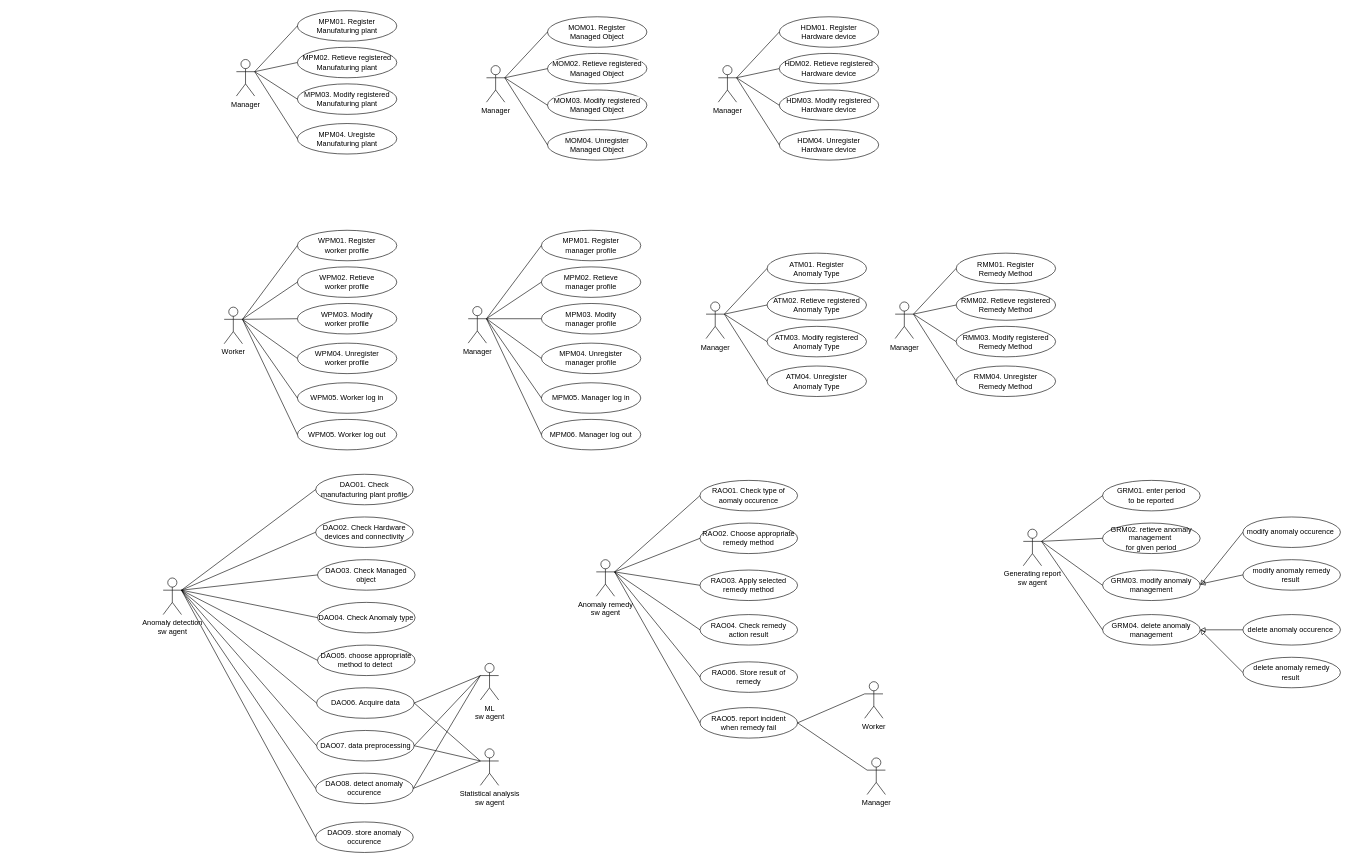
Earlier version of the draw.io diagram aa보고서_usecase_diagram.drawio (ShineSoYoung/TEST). Source tidied: cells renumbered, new cells numbered last; positions are measured from the earlier drawing's top-left corner, leaving out a move shared by most shapes. Both pictures are drawn from the tidied source at 61%, with x=0, y=0 at pixel (163, 10).
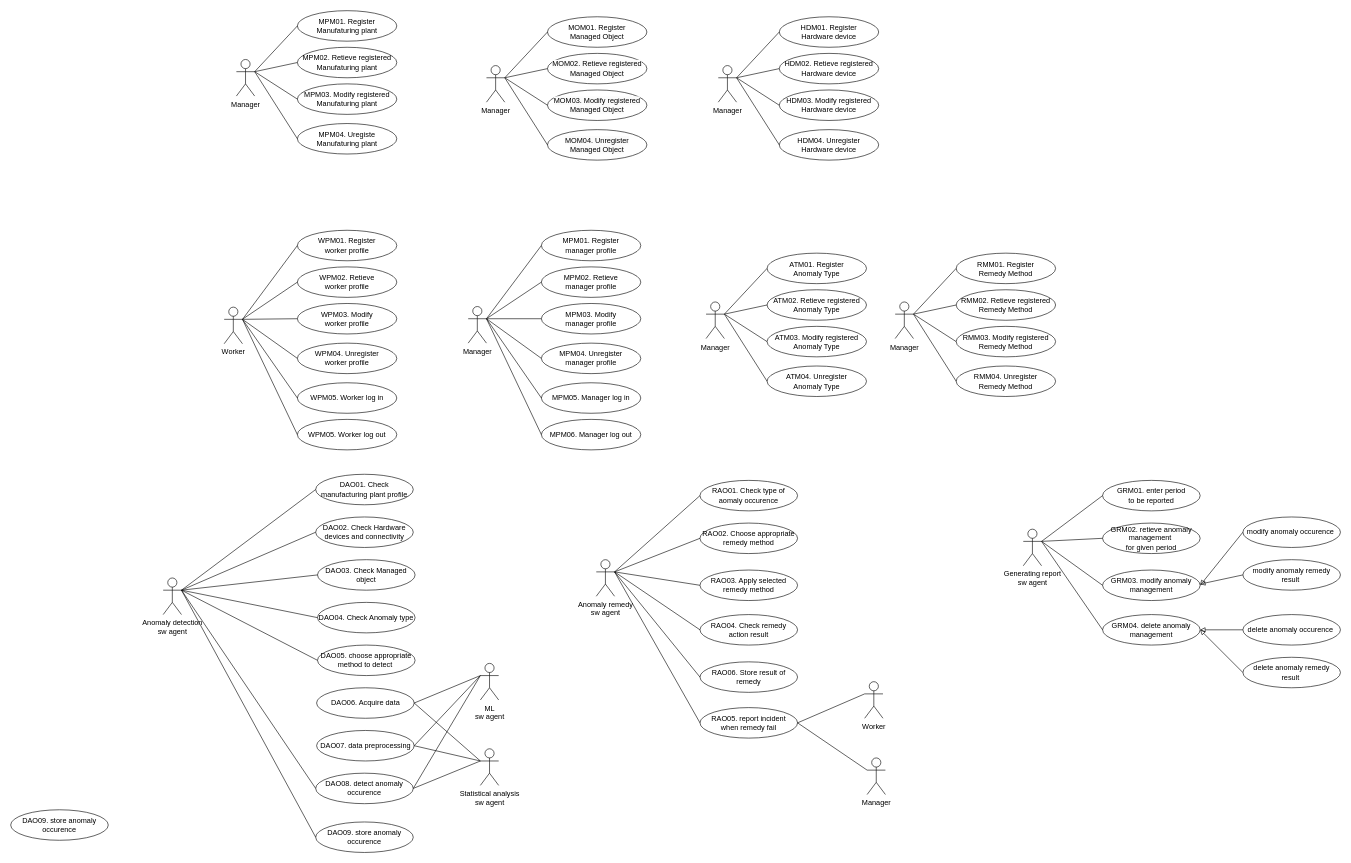
After the change.

Commit message:
aa보고서_usecase_diagram.drawio 업데이트

The change refers to these unchanged cells:
```xml
<mxCell id="73" value="Anomaly detection&lt;br&gt;sw agent" style="shape=umlActor;verticalLabelPosition=bottom;verticalAlign=top;html=1;outlineConnect=0;" parent="1" vertex="1">
  <mxGeometry y="930" width="30" height="60" as="geometry" />
</mxCell>
<mxCell id="78" value="DAO06. Acquire data" style="ellipse;whiteSpace=wrap;html=1;" parent="1" vertex="1">
  <mxGeometry x="251.5" y="1110" width="160" height="50" as="geometry" />
</mxCell>
<mxCell id="79" value="DAO07. data preprocessing" style="ellipse;whiteSpace=wrap;html=1;" parent="1" vertex="1">
  <mxGeometry x="251.5" y="1180" width="160" height="50" as="geometry" />
</mxCell>
```

Diff of the diagram source:
```diff
@@
-    <mxCell id="89" style="endArrow=none;html=1;rounded=0;entryX=0;entryY=0.5;entryDx=0;entryDy=0;exitX=1;exitY=0.3333333333333333;exitDx=0;exitDy=0;exitPerimeter=0;" parent="1" edge="1" source="73" target="78">
-      <mxGeometry relative="1" as="geometry" />
-    </mxCell>
-    <mxCell id="90" style="endArrow=none;html=1;rounded=0;entryX=0;entryY=0.5;entryDx=0;entryDy=0;exitX=1;exitY=0.3333333333333333;exitDx=0;exitDy=0;exitPerimeter=0;" parent="1" edge="1" source="73" target="79">
-      <mxGeometry relative="1" as="geometry" />
-    </mxCell>
@@
+    <mxCell id="134" value="DAO09. store anomaly occurence" style="ellipse;whiteSpace=wrap;html=1;" parent="1" vertex="1">
+      <mxGeometry x="-250" y="1310" width="160" height="50" as="geometry" />
+    </mxCell>
```
